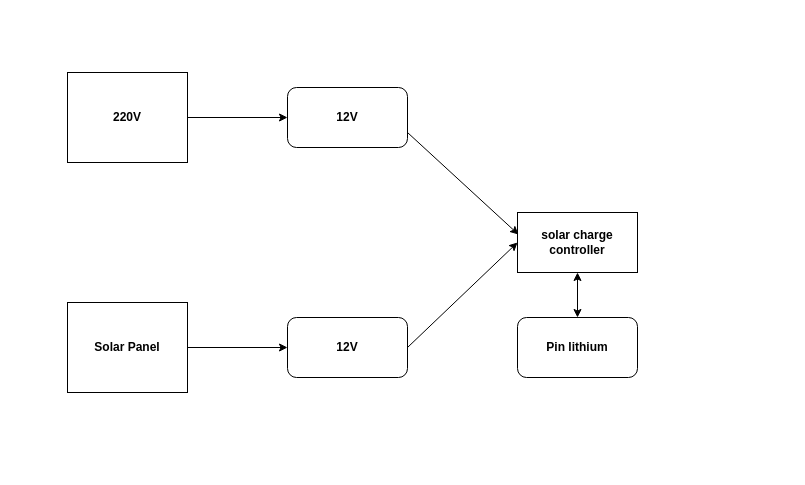
Earlier version of the draw.io diagram solar_panel/solar.drawio (letrthong/uhes_visual_programing_iot). Source tidied: cells renumbered, new cells numbered last; positions are measured from the earlier drawing's top-left corner, leaving out a move shared by most shapes. Both pictures are drawn from the tidied source at 100%, with x=0, y=0 at pixel (67, 72).
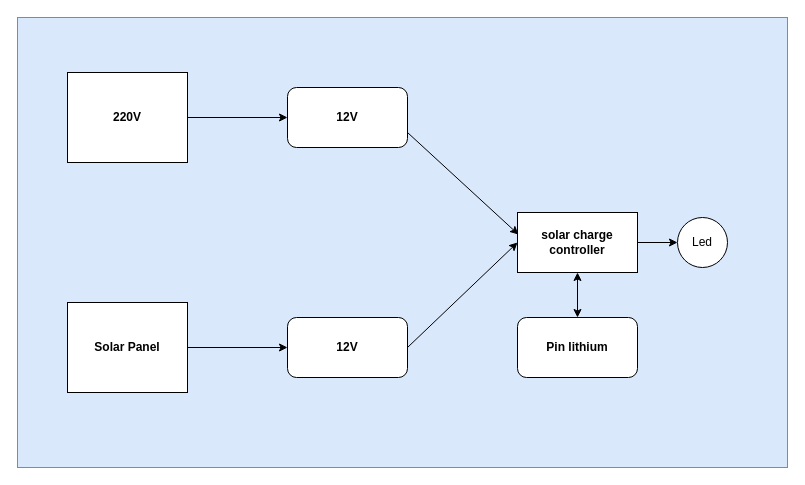
The same diagram, later.

Diff of the diagram source:
```diff
@@
 <mxGraphModel>
   <root>
     <mxCell id="0" />
     <mxCell id="1" parent="0" />
+    <mxCell id="13" style="rounded=0;whiteSpace=wrap;html=1;fillColor=#dae8fc;strokeColor=#6c8ebf;" parent="1" vertex="1">
+      <mxGeometry x="-50" y="-55" width="770" height="450" as="geometry" />
+    </mxCell>
     <mxCell id="2" value="&lt;b&gt;220V&lt;/b&gt;" style="rounded=0;whiteSpace=wrap;html=1;" parent="1" vertex="1">
       <mxGeometry width="120" height="90" as="geometry" />
     </mxCell>
     <mxCell id="3" value="&lt;b&gt;12V&lt;/b&gt;" style="rounded=1;whiteSpace=wrap;html=1;" parent="1" vertex="1">
       <mxGeometry x="220" y="15" width="120" height="60" as="geometry" />
     </mxCell>
     <mxCell id="4" style="endArrow=classic;html=1;exitX=1;exitY=0.5;exitDx=0;exitDy=0;entryX=0;entryY=0.5;entryDx=0;entryDy=0;" parent="1" edge="1" source="2" target="3">
       <mxGeometry relative="1" as="geometry" />
     </mxCell>
     <mxCell id="5" value="&lt;b&gt;12V&lt;/b&gt;" style="rounded=1;whiteSpace=wrap;html=1;" parent="1" vertex="1">
       <mxGeometry x="220" y="245" width="120" height="60" as="geometry" />
     </mxCell>
     <mxCell id="6" value="&lt;b&gt;Solar Panel&lt;/b&gt;" style="rounded=0;whiteSpace=wrap;html=1;" parent="1" vertex="1">
       <mxGeometry y="230" width="120" height="90" as="geometry" />
     </mxCell>
     <mxCell id="7" style="endArrow=classic;html=1;exitX=1;exitY=0.5;exitDx=0;exitDy=0;entryX=0;entryY=0.5;entryDx=0;entryDy=0;" parent="1" edge="1" source="6" target="5">
       <mxGeometry relative="1" as="geometry" />
     </mxCell>
     <mxCell id="8" value="&lt;b&gt;solar charge controller&lt;/b&gt;" style="rounded=0;whiteSpace=wrap;html=1;" parent="1" vertex="1">
       <mxGeometry x="450" y="140" width="120" height="60" as="geometry" />
     </mxCell>
     <mxCell id="9" style="endArrow=classic;html=1;exitX=1;exitY=0.5;exitDx=0;exitDy=0;entryX=0;entryY=0.5;entryDx=0;entryDy=0;" parent="1" edge="1" source="5" target="8">
       <mxGeometry relative="1" as="geometry" />
     </mxCell>
     <mxCell id="10" style="endArrow=classic;html=1;exitX=1;exitY=0.75;exitDx=0;exitDy=0;entryX=0.008;entryY=0.367;entryDx=0;entryDy=0;entryPerimeter=0;" parent="1" edge="1" source="3" target="8">
       <mxGeometry relative="1" as="geometry" />
     </mxCell>
     <mxCell id="11" value="&lt;b&gt;Pin lithium&lt;/b&gt;" style="rounded=1;whiteSpace=wrap;html=1;" parent="1" vertex="1">
       <mxGeometry x="450" y="245" width="120" height="60" as="geometry" />
     </mxCell>
     <mxCell id="12" style="endArrow=classic;startArrow=classic;html=1;exitX=0.5;exitY=0;exitDx=0;exitDy=0;entryX=0.5;entryY=1;entryDx=0;entryDy=0;" parent="1" edge="1" source="11" target="8">
       <mxGeometry relative="1" as="geometry" />
     </mxCell>
+    <mxCell id="14" value="Led" style="ellipse;whiteSpace=wrap;html=1;" parent="1" vertex="1">
+      <mxGeometry x="610" y="145" width="50" height="50" as="geometry" />
+    </mxCell>
+    <mxCell id="15" style="endArrow=classic;html=1;exitX=1;exitY=0.5;exitDx=0;exitDy=0;" parent="1" edge="1" source="8" target="14">
+      <mxGeometry relative="1" as="geometry" />
+    </mxCell>
   </root>
 </mxGraphModel>
```
